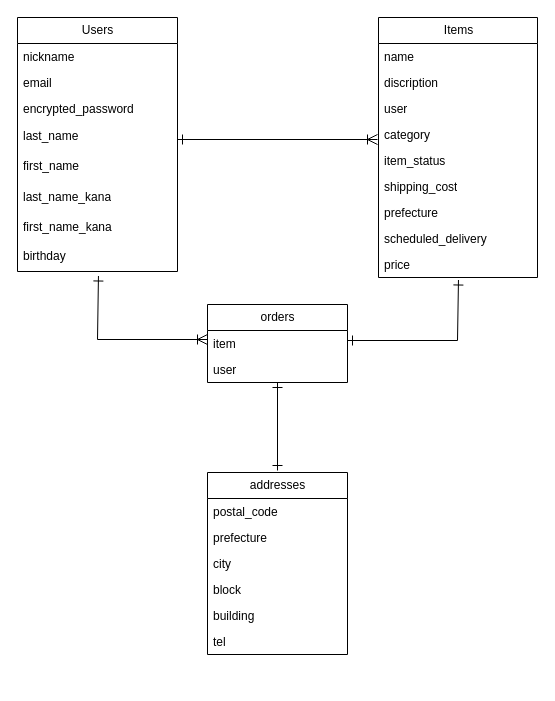
Before: furima.dio in Zipangri2683/furima-38855, a draw.io diagram. Source tidied: cells renumbered, new cells numbered last; positions are measured from the earlier drawing's top-left corner, leaving out a move shared by most shapes. Both pictures are drawn from the tidied source at 100%, with x=0, y=0 at pixel (17, 17).
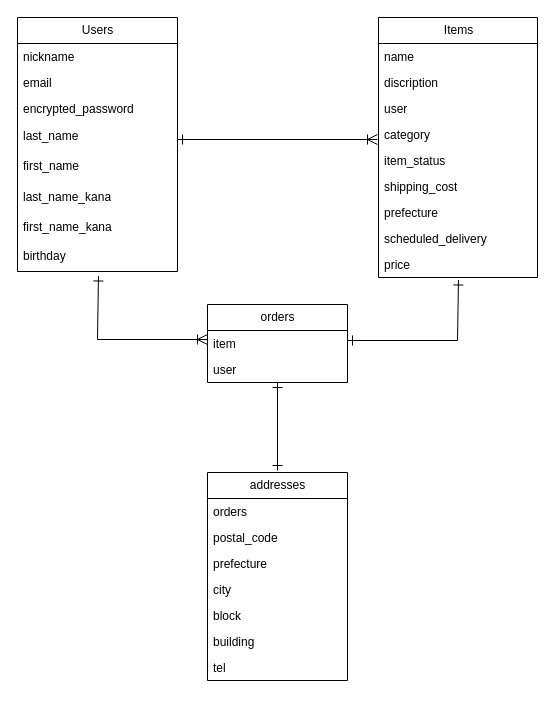
After the change.

Commit message (it also covers changes not shown here):
データベース設計 レビュー以来前修正

Change to the diagram source:
```diff
@@
     <mxCell id="25" value="addresses" style="swimlane;fontStyle=0;horizontal=1;startSize=26;fillColor=none;html=1;rounded=0;" parent="1" vertex="1">
-      <mxGeometry x="190" y="455" width="140" height="182" as="geometry" />
+      <mxGeometry x="190" y="455" width="140" height="208" as="geometry" />
     </mxCell>
+    <mxCell id="37" value="orders" style="text;strokeColor=none;fillColor=none;align=left;verticalAlign=top;spacingLeft=4;spacingRight=4;overflow=hidden;whiteSpace=wrap;html=1;rounded=0;" parent="25" vertex="1">
+      <mxGeometry y="26" width="140" height="26" as="geometry" />
+    </mxCell>
     <mxCell id="26" value="postal_code" style="text;strokeColor=none;fillColor=none;align=left;verticalAlign=top;spacingLeft=4;spacingRight=4;overflow=hidden;whiteSpace=wrap;html=1;rounded=0;" parent="25" vertex="1">
-      <mxGeometry y="26" width="140" height="26" as="geometry" />
+      <mxGeometry y="52" width="140" height="26" as="geometry" />
     </mxCell>
     <mxCell id="27" value="prefecture" style="text;strokeColor=none;fillColor=none;align=left;verticalAlign=top;spacingLeft=4;spacingRight=4;overflow=hidden;whiteSpace=wrap;html=1;rounded=0;" parent="25" vertex="1">
-      <mxGeometry y="52" width="140" height="26" as="geometry" />
+      <mxGeometry y="78" width="140" height="26" as="geometry" />
     </mxCell>
     <mxCell id="28" value="city" style="text;strokeColor=none;fillColor=none;align=left;verticalAlign=top;spacingLeft=4;spacingRight=4;overflow=hidden;whiteSpace=wrap;html=1;rounded=0;" parent="25" vertex="1">
-      <mxGeometry y="78" width="140" height="26" as="geometry" />
+      <mxGeometry y="104" width="140" height="26" as="geometry" />
     </mxCell>
     <mxCell id="29" value="block" style="text;strokeColor=none;fillColor=none;align=left;verticalAlign=top;spacingLeft=4;spacingRight=4;overflow=hidden;whiteSpace=wrap;html=1;rounded=0;" parent="25" vertex="1">
-      <mxGeometry y="104" width="140" height="26" as="geometry" />
+      <mxGeometry y="130" width="140" height="26" as="geometry" />
     </mxCell>
     <mxCell id="30" value="building" style="text;strokeColor=none;fillColor=none;align=left;verticalAlign=top;spacingLeft=4;spacingRight=4;overflow=hidden;whiteSpace=wrap;html=1;rounded=0;" parent="25" vertex="1">
-      <mxGeometry y="130" width="140" height="26" as="geometry" />
+      <mxGeometry y="156" width="140" height="26" as="geometry" />
     </mxCell>
     <mxCell id="31" value="tel" style="text;strokeColor=none;fillColor=none;align=left;verticalAlign=top;spacingLeft=4;spacingRight=4;overflow=hidden;whiteSpace=wrap;html=1;rounded=0;" parent="25" vertex="1">
-      <mxGeometry y="156" width="140" height="26" as="geometry" />
+      <mxGeometry y="182" width="140" height="26" as="geometry" />
     </mxCell>
```
